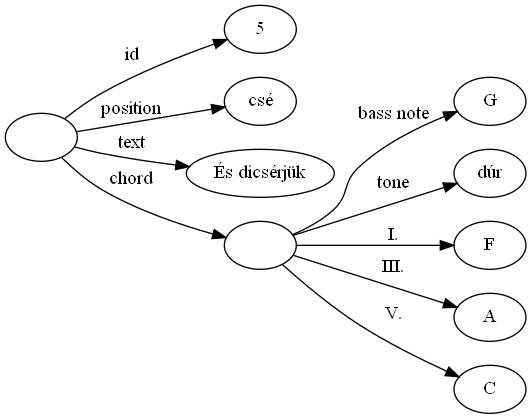
Ancsak01/szakdolgozat keeps this Graphviz diagram as szakdolgozat/images/img_src/rdf_graph_4.png. Above is the earlier version. Its source is kept beside it as szakdolgozat/images/img_src/rdf_graph_4.dot.
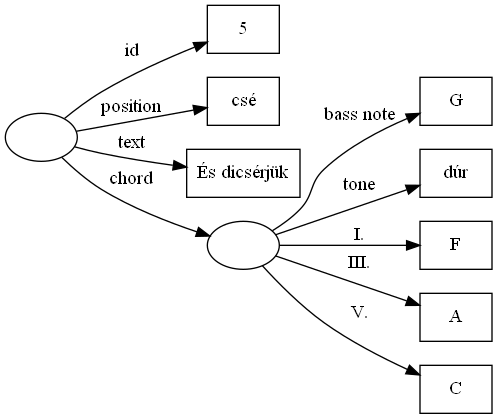
After the commit.

Change to the diagram source:
```diff
@@ -1,15 +1,15 @@
 digraph g {
     rankdir=LR
     Segment [label=""]
-    ID [label="5"]
-    Position [label="csé"]
-    Text [label="És dicsérjük"]
-    Bass_note [label="G"]
+    ID [label="5" shape="box"]
+    Position [label="csé" shape="box"]
+    Text [label="És dicsérjük" shape="box"]
+    Bass_note [label="G" shape="box"]
     Chord [label=""]
-    Tone [label="dúr"]
-    Deg1 [label="F"]
-    Deg3 [label="A"]
-    Deg5 [label="C"]
+    Tone [label="dúr" shape="box"]
+    Deg1 [label="F" shape="box"]
+    Deg3 [label="A" shape="box"]
+    Deg5 [label="C" shape="box"]
     Segment -> ID [label="id"]
     Segment -> Position [label="position"]
     Segment -> Text [label="text"]
```
